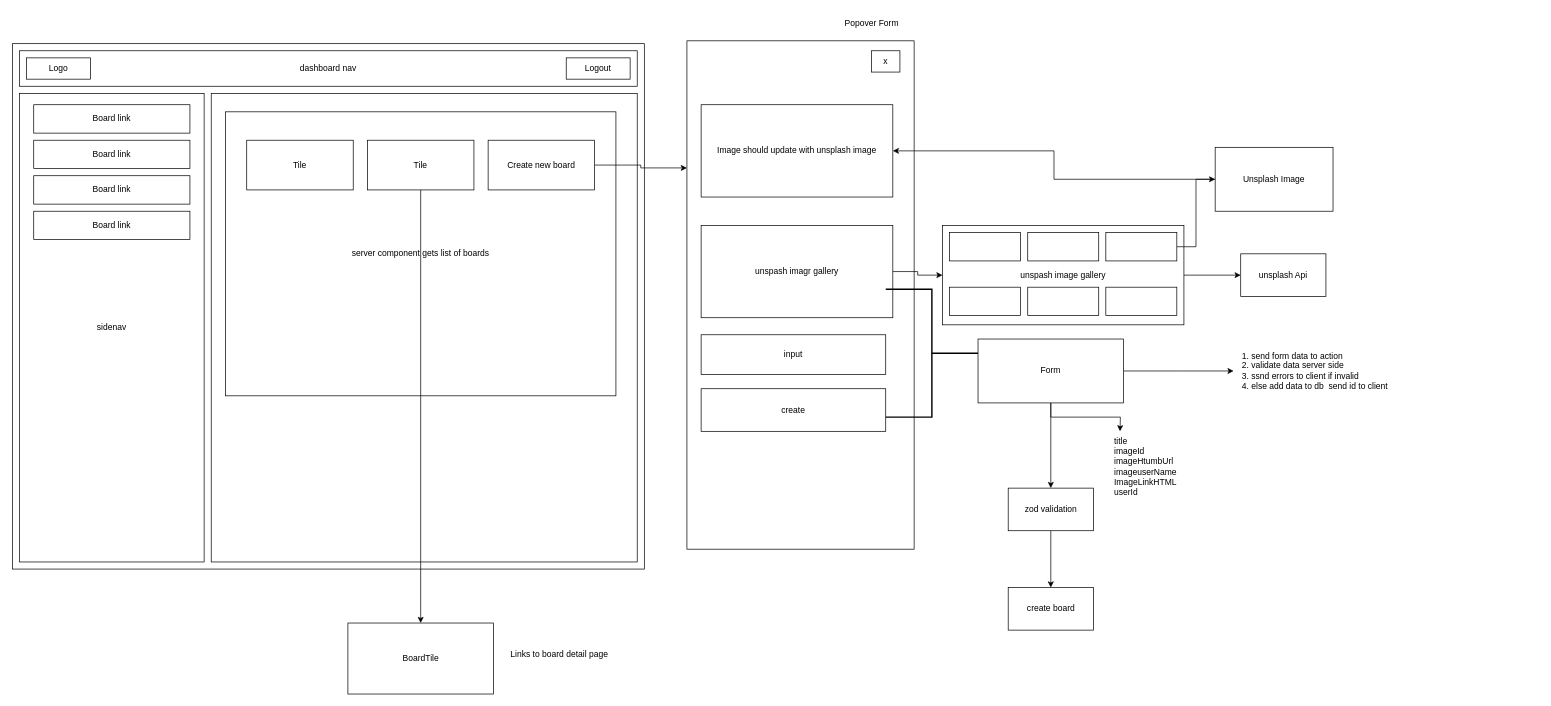
eric-nichols-nyc/trellnode keeps this draw.io diagram as page "Boards Page" (3 of 4) of public/Untitled Diagram.drawio. Above is the earlier version. Source tidied: cells renumbered, new cells numbered last; positions are measured from the earlier drawing's top-left corner, leaving out a move shared by most shapes. Both pictures are drawn from the tidied source at 71%, with x=0, y=0 at pixel (12, 12).
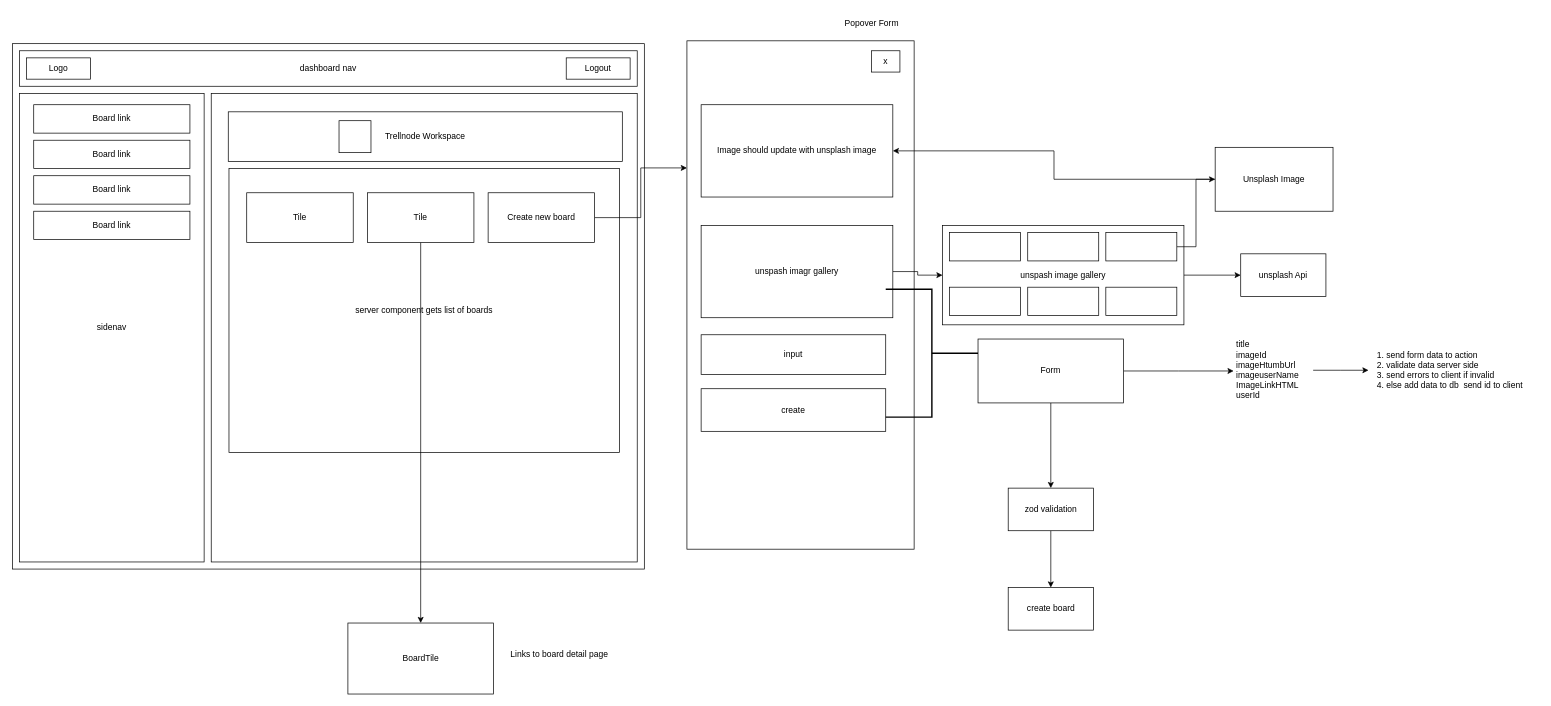
The same page after the edit.

The change refers to these unchanged cells:
```xml
<mxCell id="19" value="Form" style="rounded=0;whiteSpace=wrap;html=1;" parent="1" vertex="1">
  <mxGeometry x="1360" y="460" width="205" height="90" as="geometry" />
</mxCell>
```

Change to the diagram source:
```diff
@@
-    <mxCell id="17" style="edgeStyle=orthogonalEdgeStyle;rounded=0;jettySize=auto;html=1;" parent="1" edge="1" source="19">
-      <mxGeometry relative="1" as="geometry">
-        <mxPoint x="1560" y="590" as="targetPoint" />
-      </mxGeometry>
-    </mxCell>
@@
     <mxCell id="20" value="server component gets list of boards" style="rounded=0;whiteSpace=wrap;html=1;" parent="1" vertex="1">
-      <mxGeometry x="300" y="140" width="550" height="400" as="geometry" />
+      <mxGeometry x="305" y="220" width="550" height="400" as="geometry" />
     </mxCell>
     <mxCell id="21" value="Tile" style="rounded=0;whiteSpace=wrap;html=1;" parent="1" vertex="1">
-      <mxGeometry x="330" y="180" width="150" height="70" as="geometry" />
+      <mxGeometry x="330" y="254" width="150" height="70" as="geometry" />
     </mxCell>
@@
     <mxCell id="23" value="Tile" style="rounded=0;whiteSpace=wrap;html=1;" parent="1" vertex="1">
-      <mxGeometry x="500" y="180" width="150" height="70" as="geometry" />
+      <mxGeometry x="500" y="254" width="150" height="70" as="geometry" />
     </mxCell>
@@
     <mxCell id="25" value="Create new board" style="rounded=0;whiteSpace=wrap;html=1;" parent="1" vertex="1">
-      <mxGeometry x="670" y="180" width="150" height="70" as="geometry" />
+      <mxGeometry x="670" y="254" width="150" height="70" as="geometry" />
     </mxCell>
@@
+    <mxCell id="50" style="edgeStyle=orthogonalEdgeStyle;rounded=0;jettySize=auto;html=1;" parent="1" edge="1" source="48">
+      <mxGeometry relative="1" as="geometry">
+        <mxPoint x="1910" y="504" as="targetPoint" />
+      </mxGeometry>
+    </mxCell>
     <mxCell id="48" value="title&lt;br&gt;imageId&lt;br&gt;imageHtumbUrl&lt;br&gt;imageuserName&lt;br&gt;ImageLinkHTML&lt;br&gt;userId" style="text;html=1;align=left;verticalAlign=middle;points=[];strokeColor=none;fillColor=none;" parent="1" vertex="1">
-      <mxGeometry x="1550" y="590" width="110" height="100" as="geometry" />
+      <mxGeometry x="1722" y="454" width="110" height="100" as="geometry" />
     </mxCell>
-    <mxCell id="49" value="1. send form data to action&lt;br&gt;2. validate data server side&lt;br&gt;3. ssnd errors to client if invalid&lt;br&gt;4. else add data to db&amp;nbsp; send id to client" style="text;html=1;align=left;verticalAlign=middle;strokeColor=none;fillColor=none;" parent="1" vertex="1">
-      <mxGeometry x="1730" y="470" width="230" height="70" as="geometry" />
+    <mxCell id="49" value="1. send form data to action&lt;br&gt;2. validate data server side&lt;br&gt;3. send errors to client if invalid&lt;br&gt;4. else add data to db&amp;nbsp; send id to client" style="text;html=1;align=left;verticalAlign=middle;strokeColor=none;fillColor=none;" parent="1" vertex="1">
+      <mxGeometry x="1920" y="469" width="230" height="70" as="geometry" />
     </mxCell>
+    <mxCell id="51" value="Trellnode Workspace" style="rounded=0;whiteSpace=wrap;html=1;" parent="1" vertex="1">
+      <mxGeometry x="304" y="140" width="555" height="70" as="geometry" />
+    </mxCell>
+    <mxCell id="52" style="whiteSpace=wrap;html=1;" parent="1" vertex="1">
+      <mxGeometry x="460" y="152.5" width="45" height="45" as="geometry" />
+    </mxCell>
```
